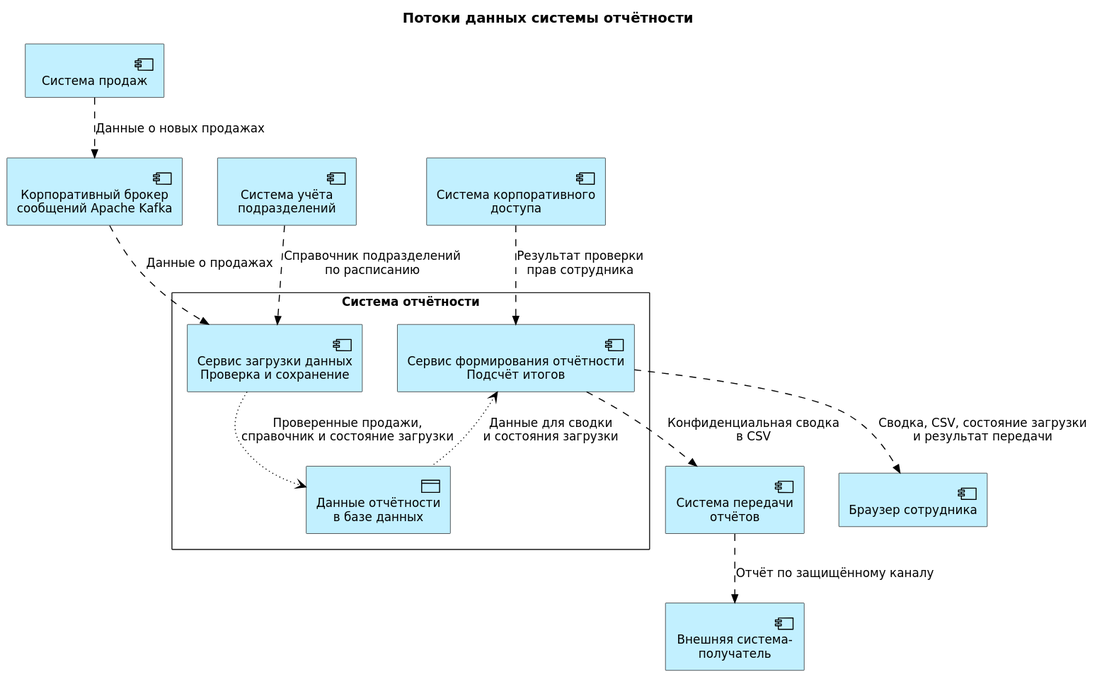
The PlantUML diagram docs/examples/reporting-system/data-flow.svg in Volodya1000/SolutionArchitectAI, before a commit.
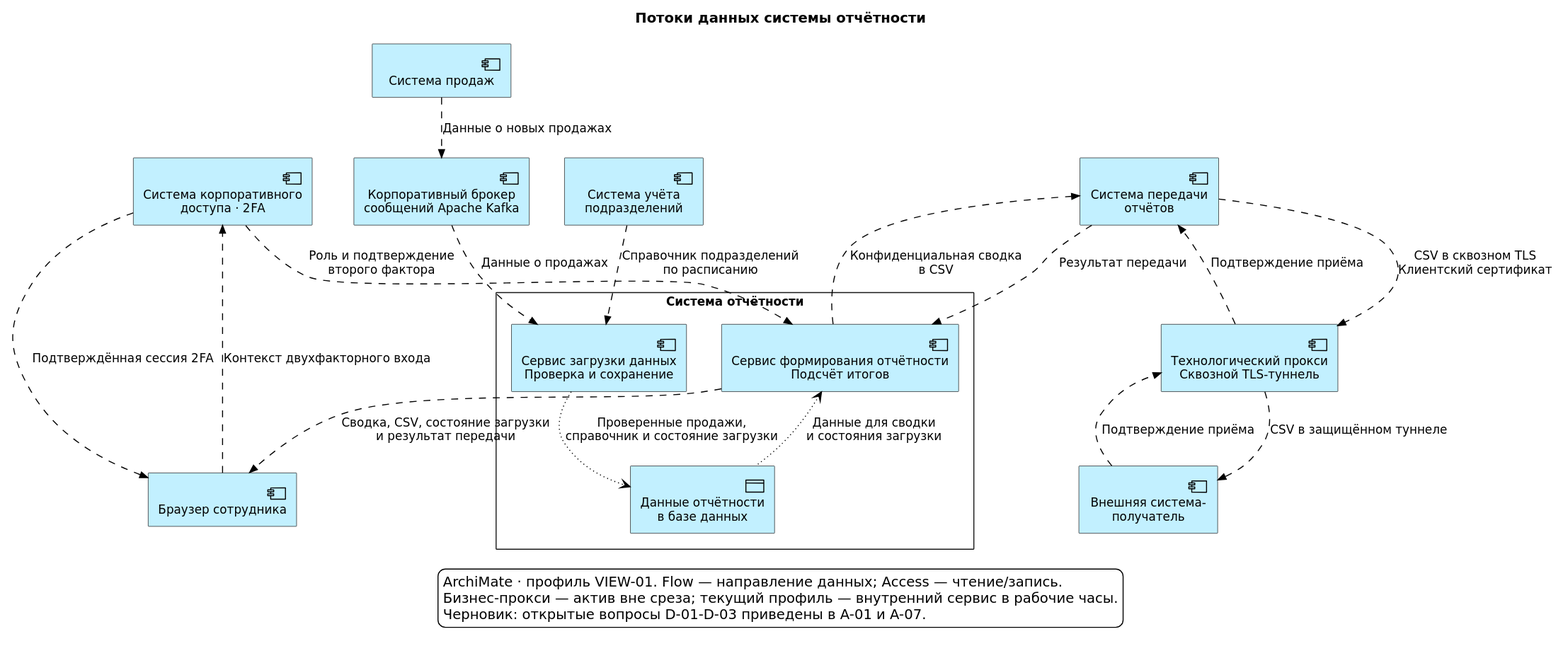
The same diagram one commit later.

Change to the diagram source:
```diff
@@ -9,9 +9,10 @@
 
 Application_Component(sales, "Система продаж")
 Application_Component(units, "Система учёта\nподразделений")
-Application_Component(access, "Система корпоративного\nдоступа")
+Application_Component(access, "Система корпоративного\nдоступа · 2FA")
 Application_Component(broker, "Корпоративный брокер\nсообщений Apache Kafka")
 Application_Component(delivery, "Система передачи\nотчётов")
+Application_Component(proxy, "Технологический прокси\nСквозной TLS-туннель")
 Application_Component(recipient, "Внешняя система-\nполучатель")
 Application_Component(browser, "Браузер сотрудника")
 
@@ -26,8 +27,19 @@
 Rel_Flow(units, loader, "Справочник подразделений\nпо расписанию")
 Rel_Access_w(loader, report_data, "Проверенные продажи,\nсправочник и состояние загрузки")
 Rel_Access_r(reporting, report_data, "Данные для сводки\nи состояния загрузки")
-Rel_Flow(access, reporting, "Результат проверки\nправ сотрудника")
+Rel_Flow(access, reporting, "Роль и подтверждение\nвторого фактора")
 Rel_Flow(reporting, browser, "Сводка, CSV, состояние загрузки\nи результат передачи")
 Rel_Flow(reporting, delivery, "Конфиденциальная сводка\nв CSV")
-Rel_Flow(delivery, recipient, "Отчёт по защищённому каналу")
+Rel_Flow(delivery, proxy, "CSV в сквозном TLS\nКлиентский сертификат")
+Rel_Flow(proxy, recipient, "CSV в защищённом туннеле")
+Rel_Flow(recipient, proxy, "Подтверждение приёма")
+Rel_Flow(proxy, delivery, "Подтверждение приёма")
+Rel_Flow(delivery, reporting, "Результат передачи")
+Rel_Flow(browser, access, "Контекст двухфакторного входа")
+Rel_Flow(access, browser, "Подтверждённая сессия 2FA")
+legend bottom
+  ArchiMate · профиль VIEW-01. Flow — направление данных; Access — чтение/запись.
+  Бизнес-прокси — актив вне среза; текущий профиль — внутренний сервис в рабочие часы.
+  Черновик: открытые вопросы D-01-D-03 приведены в A-01 и A-07.
+endlegend
 @enduml
```
